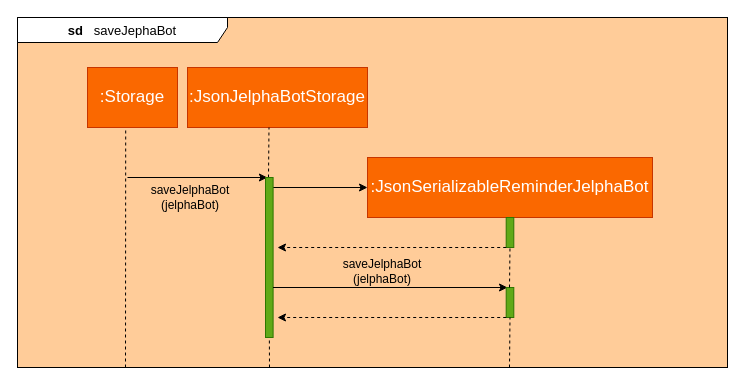
Earlier version of the draw.io diagram docs/diagrams/saveJelphaBotReferenceDiagram.drawio (yapdianhao/main). Source tidied: cells renumbered, new cells numbered last; positions are measured from the earlier drawing's top-left corner, leaving out a move shared by most shapes. Both pictures are drawn from the tidied source at 100%, with x=0, y=0 at pixel (17, 17).
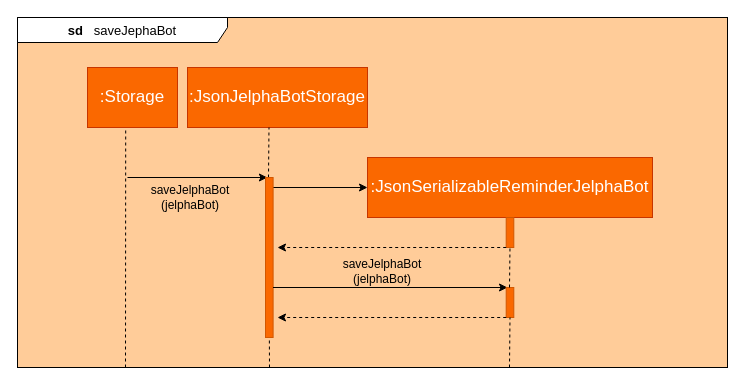
The same page after the edit.

Change to the diagram source:
```diff
@@
-    <mxCell id="13" style="rounded=0;whiteSpace=wrap;html=1;fillColor=#60a917;strokeColor=#2D7600;fontColor=#ffffff;fontSize=17;fontFamily=Helvetica;" parent="1" vertex="1">
+    <mxCell id="13" style="rounded=0;whiteSpace=wrap;html=1;fillColor=#FA6800;strokeColor=#D15700;fontColor=#ffffff;fontSize=17;fontFamily=Helvetica;" parent="1" vertex="1">
       <mxGeometry x="488.7" y="200" width="7.6" height="30" as="geometry" />
     </mxCell>
-    <mxCell id="14" style="rounded=0;whiteSpace=wrap;html=1;fillColor=#60a917;strokeColor=#2D7600;fontColor=#ffffff;fontSize=17;fontFamily=Helvetica;" parent="1" vertex="1">
+    <mxCell id="14" style="rounded=0;whiteSpace=wrap;html=1;fillColor=#FA6800;strokeColor=#D15700;fontColor=#ffffff;fontSize=17;fontFamily=Helvetica;" parent="1" vertex="1">
       <mxGeometry x="248" y="160" width="7.6" height="160" as="geometry" />
     </mxCell>
@@
-    <mxCell id="17" style="rounded=0;whiteSpace=wrap;html=1;fillColor=#60a917;strokeColor=#2D7600;fontColor=#ffffff;fontSize=17;fontFamily=Helvetica;" parent="1" vertex="1">
+    <mxCell id="17" style="rounded=0;whiteSpace=wrap;html=1;fillColor=#FA6800;strokeColor=#D15700;fontColor=#ffffff;fontSize=17;fontFamily=Helvetica;" parent="1" vertex="1">
       <mxGeometry x="488.7" y="270" width="7.6" height="30" as="geometry" />
     </mxCell>
```
